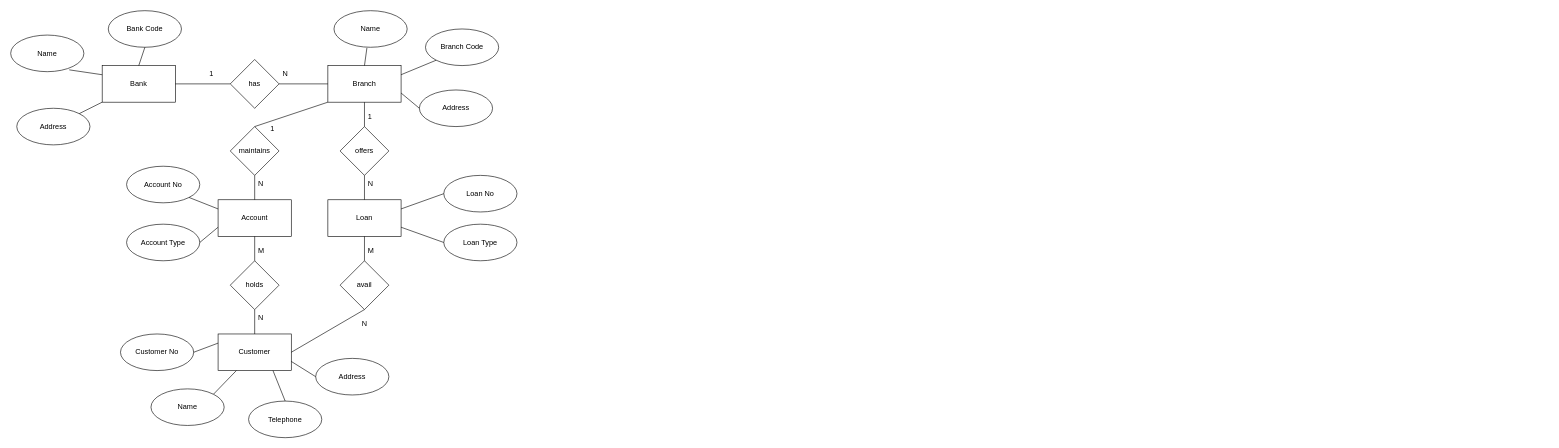
fswdtls/fswdtls keeps this draw.io diagram as bank.drawio. Above is the earlier version. Source tidied: cells renumbered, new cells numbered last; positions are measured from the earlier drawing's top-left corner, leaving out a move shared by most shapes. Both pictures are drawn from the tidied source at 61%, with x=0, y=0 at pixel (10, 10).
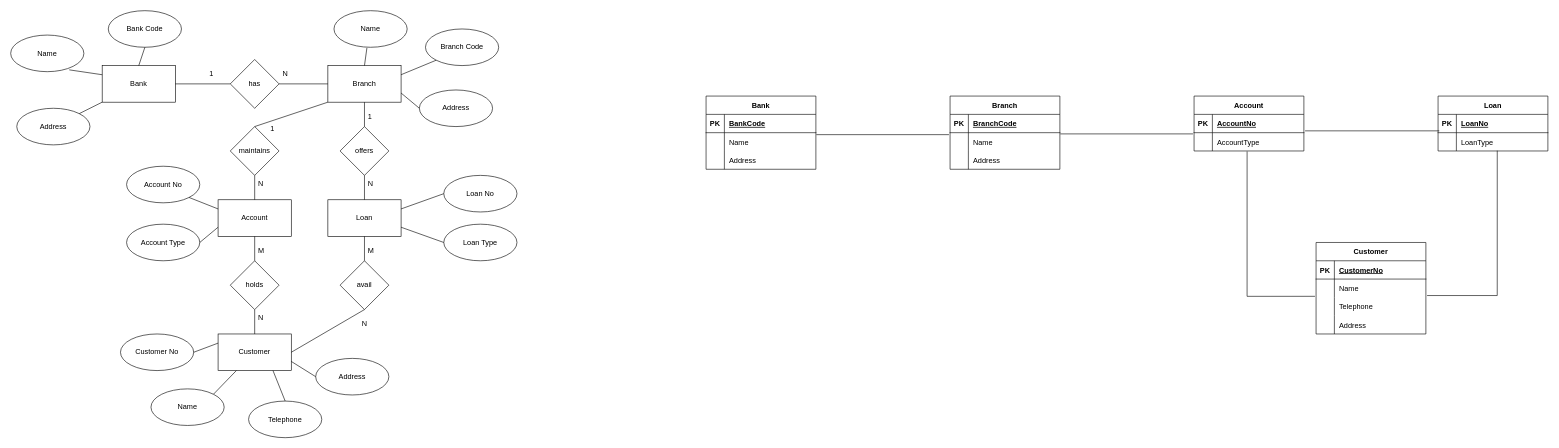
After the change.

What changed in the source:
```diff
@@
+    <mxCell id="60" value="Bank" style="shape=table;startSize=30;childLayout=tableLayout;rowLines=0;fontStyle=1;align=center;" parent="1" vertex="1">
+      <mxGeometry x="1140" y="140" width="180" height="120" as="geometry" />
+    </mxCell>
+    <mxCell id="61" style="shape=tableRow;horizontal=0;startSize=0;swimlaneHead=0;swimlaneBody=0;fillColor=none;top=0;left=0;right=0;bottom=1;" parent="60" vertex="1">
+      <mxGeometry y="30" width="180" height="30" as="geometry" />
+    </mxCell>
+    <mxCell id="62" value="PK" style="shape=partialRectangle;fillColor=none;top=0;left=0;bottom=0;right=0;fontStyle=1;overflow=hidden;" parent="61" vertex="1">
+      <mxGeometry width="30" height="30" as="geometry" />
+    </mxCell>
+    <mxCell id="63" value="BankCode" style="shape=partialRectangle;fillColor=none;top=0;left=0;bottom=0;right=0;align=left;spacingLeft=6;fontStyle=5;overflow=hidden;" parent="61" vertex="1">
+      <mxGeometry x="30" width="150" height="30" as="geometry" />
+    </mxCell>
+    <mxCell id="64" style="shape=tableRow;horizontal=0;startSize=0;swimlaneHead=0;swimlaneBody=0;fillColor=none;points=[[0,0.5],[1,0.5]];portConstraint=eastwest;top=0;left=0;right=0;bottom=0;" parent="60" vertex="1">
+      <mxGeometry y="60" width="180" height="30" as="geometry" />
+    </mxCell>
+    <mxCell id="65" style="shape=partialRectangle;fillColor=none;top=0;left=0;bottom=0;right=0;overflow=hidden;" parent="64" vertex="1">
+      <mxGeometry width="30" height="30" as="geometry" />
+    </mxCell>
+    <mxCell id="66" value="Name" style="shape=partialRectangle;fillColor=none;top=0;left=0;bottom=0;right=0;align=left;spacingLeft=6;overflow=hidden;" parent="64" vertex="1">
+      <mxGeometry x="30" width="150" height="30" as="geometry" />
+    </mxCell>
+    <mxCell id="67" style="shape=tableRow;horizontal=0;startSize=0;swimlaneHead=0;swimlaneBody=0;fillColor=none;top=0;left=0;right=0;bottom=0;" parent="60" vertex="1">
+      <mxGeometry y="90" width="180" height="30" as="geometry" />
+    </mxCell>
+    <mxCell id="68" style="shape=partialRectangle;fillColor=none;top=0;left=0;bottom=0;right=0;overflow=hidden;" parent="67" vertex="1">
+      <mxGeometry width="30" height="30" as="geometry" />
+    </mxCell>
+    <mxCell id="69" value="Address" style="shape=partialRectangle;fillColor=none;top=0;left=0;bottom=0;right=0;align=left;spacingLeft=6;overflow=hidden;" parent="67" vertex="1">
+      <mxGeometry x="30" width="150" height="30" as="geometry" />
+    </mxCell>
+    <mxCell id="70" value="Branch" style="shape=table;startSize=30;childLayout=tableLayout;rowLines=0;fontStyle=1;align=center;" parent="1" vertex="1">
+      <mxGeometry x="1540" y="140" width="180" height="120" as="geometry" />
+    </mxCell>
+    <mxCell id="71" style="shape=tableRow;horizontal=0;startSize=0;swimlaneHead=0;swimlaneBody=0;fillColor=none;top=0;left=0;right=0;bottom=1;" parent="70" vertex="1">
+      <mxGeometry y="30" width="180" height="30" as="geometry" />
+    </mxCell>
+    <mxCell id="72" value="PK" style="shape=partialRectangle;fillColor=none;top=0;left=0;bottom=0;right=0;fontStyle=1;overflow=hidden;" parent="71" vertex="1">
+      <mxGeometry width="30" height="30" as="geometry" />
+    </mxCell>
+    <mxCell id="73" value="BranchCode" style="shape=partialRectangle;fillColor=none;top=0;left=0;bottom=0;right=0;align=left;spacingLeft=6;fontStyle=5;overflow=hidden;" parent="71" vertex="1">
+      <mxGeometry x="30" width="150" height="30" as="geometry" />
+    </mxCell>
+    <mxCell id="74" style="shape=tableRow;horizontal=0;startSize=0;swimlaneHead=0;swimlaneBody=0;fillColor=none;points=[[0,0.5],[1,0.5]];portConstraint=eastwest;top=0;left=0;right=0;bottom=0;" parent="70" vertex="1">
+      <mxGeometry y="60" width="180" height="30" as="geometry" />
+    </mxCell>
+    <mxCell id="75" style="shape=partialRectangle;fillColor=none;top=0;left=0;bottom=0;right=0;overflow=hidden;" parent="74" vertex="1">
+      <mxGeometry width="30" height="30" as="geometry" />
+    </mxCell>
+    <mxCell id="76" value="Name" style="shape=partialRectangle;fillColor=none;top=0;left=0;bottom=0;right=0;align=left;spacingLeft=6;overflow=hidden;" parent="74" vertex="1">
+      <mxGeometry x="30" width="150" height="30" as="geometry" />
+    </mxCell>
+    <mxCell id="77" style="shape=tableRow;horizontal=0;startSize=0;swimlaneHead=0;swimlaneBody=0;fillColor=none;top=0;left=0;right=0;bottom=0;" parent="70" vertex="1">
+      <mxGeometry y="90" width="180" height="30" as="geometry" />
+    </mxCell>
+    <mxCell id="78" style="shape=partialRectangle;fillColor=none;top=0;left=0;bottom=0;right=0;overflow=hidden;" parent="77" vertex="1">
+      <mxGeometry width="30" height="30" as="geometry" />
+    </mxCell>
+    <mxCell id="79" value="Address" style="shape=partialRectangle;fillColor=none;top=0;left=0;bottom=0;right=0;align=left;spacingLeft=6;overflow=hidden;" parent="77" vertex="1">
+      <mxGeometry x="30" width="150" height="30" as="geometry" />
+    </mxCell>
+    <mxCell id="80" value="Account" style="shape=table;startSize=30;childLayout=tableLayout;rowLines=0;fontStyle=1;align=center;" parent="1" vertex="1">
+      <mxGeometry x="1940" y="140" width="180" height="90" as="geometry" />
+    </mxCell>
+    <mxCell id="81" style="shape=tableRow;horizontal=0;startSize=0;swimlaneHead=0;swimlaneBody=0;fillColor=none;top=0;left=0;right=0;bottom=1;" parent="80" vertex="1">
+      <mxGeometry y="30" width="180" height="30" as="geometry" />
+    </mxCell>
+    <mxCell id="82" value="PK" style="shape=partialRectangle;fillColor=none;top=0;left=0;bottom=0;right=0;fontStyle=1;overflow=hidden;" parent="81" vertex="1">
+      <mxGeometry width="30" height="30" as="geometry" />
+    </mxCell>
+    <mxCell id="83" value="AccountNo" style="shape=partialRectangle;fillColor=none;top=0;left=0;bottom=0;right=0;align=left;spacingLeft=6;fontStyle=5;overflow=hidden;" parent="81" vertex="1">
+      <mxGeometry x="30" width="150" height="30" as="geometry" />
+    </mxCell>
+    <mxCell id="84" style="shape=tableRow;horizontal=0;startSize=0;swimlaneHead=0;swimlaneBody=0;fillColor=none;points=[[0,0.5],[1,0.5]];portConstraint=eastwest;top=0;left=0;right=0;bottom=0;" parent="80" vertex="1">
+      <mxGeometry y="60" width="180" height="30" as="geometry" />
+    </mxCell>
+    <mxCell id="85" style="shape=partialRectangle;fillColor=none;top=0;left=0;bottom=0;right=0;overflow=hidden;" parent="84" vertex="1">
+      <mxGeometry width="30" height="30" as="geometry" />
+    </mxCell>
+    <mxCell id="86" value="AccountType" style="shape=partialRectangle;fillColor=none;top=0;left=0;bottom=0;right=0;align=left;spacingLeft=6;overflow=hidden;" parent="84" vertex="1">
+      <mxGeometry x="30" width="150" height="30" as="geometry" />
+    </mxCell>
+    <mxCell id="87" value="Loan" style="shape=table;startSize=30;childLayout=tableLayout;rowLines=0;fontStyle=1;align=center;" parent="1" vertex="1">
+      <mxGeometry x="2340" y="140" width="180" height="90" as="geometry" />
+    </mxCell>
+    <mxCell id="88" style="shape=tableRow;horizontal=0;startSize=0;swimlaneHead=0;swimlaneBody=0;fillColor=none;points=[[0,0.5],[1,0.5]];portConstraint=eastwest;top=0;left=0;right=0;bottom=1;" parent="87" vertex="1">
+      <mxGeometry y="30" width="180" height="30" as="geometry" />
+    </mxCell>
+    <mxCell id="89" value="PK" style="shape=partialRectangle;fillColor=none;top=0;left=0;bottom=0;right=0;fontStyle=1;overflow=hidden;" parent="88" vertex="1">
+      <mxGeometry width="30" height="30" as="geometry" />
+    </mxCell>
+    <mxCell id="90" value="LoanNo" style="shape=partialRectangle;fillColor=none;top=0;left=0;bottom=0;right=0;align=left;spacingLeft=6;fontStyle=5;overflow=hidden;" parent="88" vertex="1">
+      <mxGeometry x="30" width="150" height="30" as="geometry" />
+    </mxCell>
+    <mxCell id="91" style="shape=tableRow;horizontal=0;startSize=0;swimlaneHead=0;swimlaneBody=0;fillColor=none;points=[[0,0.5],[1,0.5]];portConstraint=eastwest;top=0;left=0;right=0;bottom=0;" parent="87" vertex="1">
+      <mxGeometry y="60" width="180" height="30" as="geometry" />
+    </mxCell>
+    <mxCell id="92" style="shape=partialRectangle;fillColor=none;top=0;left=0;bottom=0;right=0;overflow=hidden;" parent="91" vertex="1">
+      <mxGeometry width="30" height="30" as="geometry" />
+    </mxCell>
+    <mxCell id="93" value="LoanType" style="shape=partialRectangle;fillColor=none;top=0;left=0;bottom=0;right=0;align=left;spacingLeft=6;overflow=hidden;" parent="91" vertex="1">
+      <mxGeometry x="30" width="150" height="30" as="geometry" />
+    </mxCell>
+    <mxCell id="94" value="Customer" style="shape=table;startSize=30;childLayout=tableLayout;rowLines=0;fontStyle=1;align=center;" parent="1" vertex="1">
+      <mxGeometry x="2140" y="380" width="180" height="150" as="geometry" />
+    </mxCell>
+    <mxCell id="95" style="shape=tableRow;horizontal=0;startSize=0;swimlaneHead=0;swimlaneBody=0;fillColor=none;top=0;left=0;right=0;bottom=1;" parent="94" vertex="1">
+      <mxGeometry y="30" width="180" height="30" as="geometry" />
+    </mxCell>
+    <mxCell id="96" value="PK" style="shape=partialRectangle;fillColor=none;top=0;left=0;bottom=0;right=0;fontStyle=1;overflow=hidden;" parent="95" vertex="1">
+      <mxGeometry width="30" height="30" as="geometry" />
+    </mxCell>
+    <mxCell id="97" value="CustomerNo" style="shape=partialRectangle;fillColor=none;top=0;left=0;bottom=0;right=0;align=left;spacingLeft=6;fontStyle=5;overflow=hidden;" parent="95" vertex="1">
+      <mxGeometry x="30" width="150" height="30" as="geometry" />
+    </mxCell>
+    <mxCell id="98" style="shape=tableRow;horizontal=0;startSize=0;swimlaneHead=0;swimlaneBody=0;fillColor=none;top=0;left=0;right=0;bottom=0;" parent="94" vertex="1">
+      <mxGeometry y="60" width="180" height="30" as="geometry" />
+    </mxCell>
+    <mxCell id="99" style="shape=partialRectangle;fillColor=none;top=0;left=0;bottom=0;right=0;overflow=hidden;" parent="98" vertex="1">
+      <mxGeometry width="30" height="30" as="geometry" />
+    </mxCell>
+    <mxCell id="100" value="Name" style="shape=partialRectangle;fillColor=none;top=0;left=0;bottom=0;right=0;align=left;spacingLeft=6;overflow=hidden;" parent="98" vertex="1">
+      <mxGeometry x="30" width="150" height="30" as="geometry" />
+    </mxCell>
+    <mxCell id="101" style="shape=tableRow;horizontal=0;startSize=0;swimlaneHead=0;swimlaneBody=0;fillColor=none;points=[[0,0.5],[1,0.5]];portConstraint=eastwest;top=0;left=0;right=0;bottom=0;" parent="94" vertex="1">
+      <mxGeometry y="90" width="180" height="30" as="geometry" />
+    </mxCell>
+    <mxCell id="102" style="shape=partialRectangle;fillColor=none;top=0;left=0;bottom=0;right=0;overflow=hidden;" parent="101" vertex="1">
+      <mxGeometry width="30" height="30" as="geometry" />
+    </mxCell>
+    <mxCell id="103" value="Telephone" style="shape=partialRectangle;fillColor=none;top=0;left=0;bottom=0;right=0;align=left;spacingLeft=6;overflow=hidden;" parent="101" vertex="1">
+      <mxGeometry x="30" width="150" height="30" as="geometry" />
+    </mxCell>
+    <mxCell id="104" style="shape=tableRow;horizontal=0;startSize=0;swimlaneHead=0;swimlaneBody=0;fillColor=none;top=0;left=0;right=0;bottom=0;" parent="94" vertex="1">
+      <mxGeometry y="120" width="180" height="30" as="geometry" />
+    </mxCell>
+    <mxCell id="105" style="shape=partialRectangle;fillColor=none;top=0;left=0;bottom=0;right=0;overflow=hidden;" parent="104" vertex="1">
+      <mxGeometry width="30" height="30" as="geometry" />
+    </mxCell>
+    <mxCell id="106" value="Address" style="shape=partialRectangle;fillColor=none;top=0;left=0;bottom=0;right=0;align=left;spacingLeft=6;overflow=hidden;" parent="104" vertex="1">
+      <mxGeometry x="30" width="150" height="30" as="geometry" />
+    </mxCell>
+    <mxCell id="107" style="endArrow=none;html=1;rounded=0;exitX=1.004;exitY=0.108;exitDx=0;exitDy=0;exitPerimeter=0;entryX=-0.01;entryY=0.108;entryDx=0;entryDy=0;entryPerimeter=0;" parent="1" edge="1" source="64" target="74">
+      <mxGeometry relative="1" as="geometry" />
+    </mxCell>
+    <mxCell id="108" style="endArrow=none;html=1;rounded=0;exitX=1.004;exitY=0.067;exitDx=0;exitDy=0;exitPerimeter=0;entryX=-0.01;entryY=0.067;entryDx=0;entryDy=0;entryPerimeter=0;" parent="1" edge="1" source="74" target="84">
+      <mxGeometry relative="1" as="geometry" />
+    </mxCell>
+    <mxCell id="109" style="endArrow=none;html=1;rounded=0;entryX=1.011;entryY=-0.1;entryDx=0;entryDy=0;entryPerimeter=0;exitX=0.011;exitY=0.9;exitDx=0;exitDy=0;exitPerimeter=0;" parent="1" edge="1" source="88" target="84">
+      <mxGeometry relative="1" as="geometry" />
+    </mxCell>
+    <mxCell id="110" style="endArrow=none;html=1;rounded=0;edgeStyle=orthogonalEdgeStyle;entryX=0.483;entryY=1.025;entryDx=0;entryDy=0;entryPerimeter=0;exitX=-0.01;exitY=-0.058;exitDx=0;exitDy=0;exitPerimeter=0;" parent="1" edge="1" source="101" target="84">
+      <mxGeometry relative="1" as="geometry" />
+    </mxCell>
+    <mxCell id="111" style="endArrow=none;html=1;rounded=0;edgeStyle=orthogonalEdgeStyle;entryX=0.539;entryY=0.983;entryDx=0;entryDy=0;entryPerimeter=0;exitX=1.011;exitY=-0.1;exitDx=0;exitDy=0;exitPerimeter=0;" parent="1" edge="1" source="101" target="91">
+      <mxGeometry relative="1" as="geometry" />
+    </mxCell>
```
